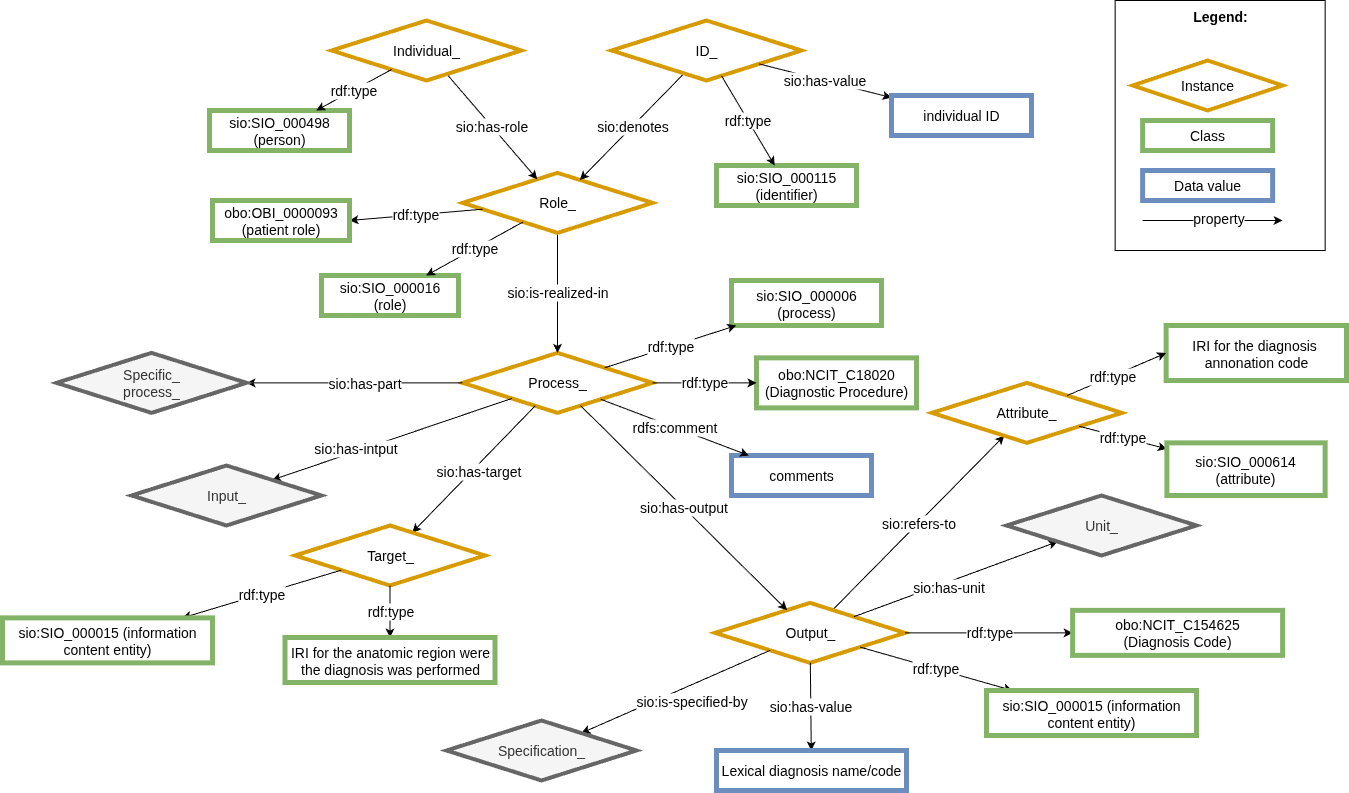
This is images/CARE-SM-Diagnosis.drawio.png from CARE-SM/CARE-Semantic-Model, a draw.io export, as it was before one commit. Source tidied: cells renumbered, new cells last; positions are measured from the earlier drawing's top-left corner, leaving out a move shared by most shapes.
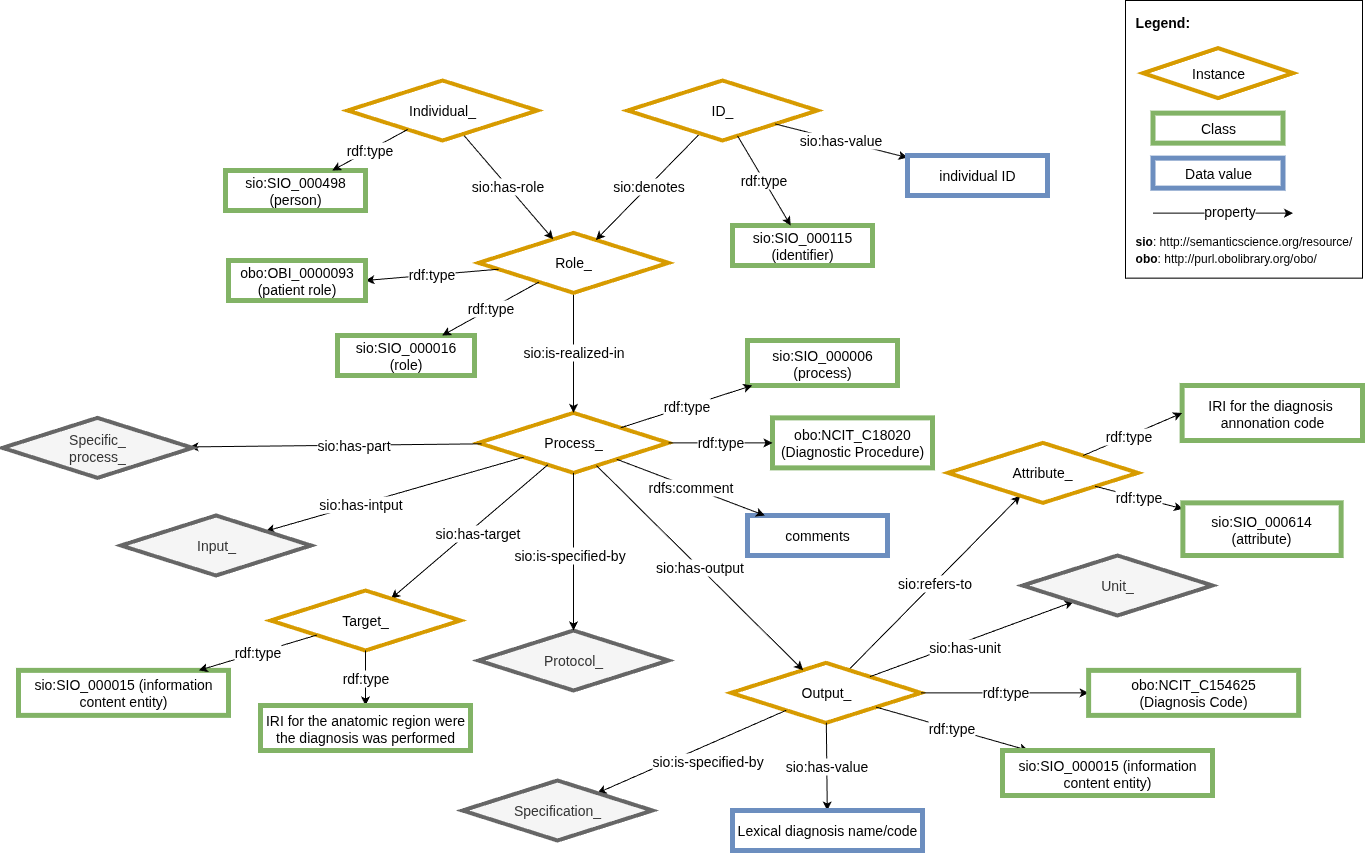
The same diagram one commit later.

Change to the diagram source:
```diff
@@ -76,7 +76,7 @@
       <mxGeometry x="444" y="720" width="190" height="60" as="geometry" />
     </mxCell>
     <mxCell id="25" value="Input_" style="rhombus;whiteSpace=wrap;html=1;fillColor=#f5f5f5;strokeColor=#666666;perimeter=rhombusPerimeter;arcSize=20;comic=0;enumerate=0;strokeWidth=4;rounded=0;fontSize=14;fontColor=#333333;" parent="1" vertex="1">
-      <mxGeometry x="129" y="465" width="190" height="60" as="geometry" />
+      <mxGeometry x="102.5" y="455" width="190" height="60" as="geometry" />
     </mxCell>
     <mxCell id="26" style="edgeStyle=none;rounded=0;jettySize=auto;html=1;fontSize=14;" parent="1" edge="1" source="3" target="28">
       <mxGeometry relative="1" as="geometry" />
@@ -89,24 +89,6 @@
     <mxCell id="28" value="Unit_" style="rhombus;whiteSpace=wrap;html=1;fillColor=#f5f5f5;strokeColor=#666666;perimeter=rhombusPerimeter;arcSize=20;comic=0;enumerate=0;strokeWidth=4;rounded=0;fontSize=14;fontColor=#333333;" parent="1" vertex="1">
       <mxGeometry x="1004" y="495" width="190" height="60" as="geometry" />
     </mxCell>
-    <mxCell id="29" value="&lt;div style=&quot;text-align: left; font-size: 14px;&quot;&gt;&lt;span style=&quot;background-color: initial; font-size: 14px;&quot;&gt;&lt;b style=&quot;font-size: 14px;&quot;&gt;&lt;font style=&quot;font-size: 14px;&quot;&gt;Legend:&lt;/font&gt;&lt;/b&gt;&lt;/span&gt;&lt;/div&gt;&lt;div style=&quot;text-align: left; font-size: 14px;&quot;&gt;&lt;span style=&quot;background-color: initial; font-size: 14px;&quot;&gt;&lt;br style=&quot;font-size: 14px;&quot;&gt;&lt;/span&gt;&lt;/div&gt;&lt;div style=&quot;text-align: left; font-size: 14px;&quot;&gt;&lt;span style=&quot;background-color: initial; font-size: 14px;&quot;&gt;&lt;br style=&quot;font-size: 14px;&quot;&gt;&lt;/span&gt;&lt;/div&gt;&lt;div style=&quot;text-align: left; font-size: 14px;&quot;&gt;&lt;span style=&quot;background-color: initial; font-size: 14px;&quot;&gt;&lt;br style=&quot;font-size: 14px;&quot;&gt;&lt;/span&gt;&lt;/div&gt;&lt;div style=&quot;text-align: left; font-size: 14px;&quot;&gt;&lt;br style=&quot;font-size: 14px;&quot;&gt;&lt;/div&gt;&lt;div style=&quot;text-align: left; font-size: 14px;&quot;&gt;&lt;br style=&quot;font-size: 14px;&quot;&gt;&lt;/div&gt;&lt;div style=&quot;text-align: left; font-size: 14px;&quot;&gt;&lt;br style=&quot;font-size: 14px;&quot;&gt;&lt;/div&gt;&lt;div style=&quot;text-align: left; font-size: 14px;&quot;&gt;&lt;br style=&quot;font-size: 14px;&quot;&gt;&lt;/div&gt;&lt;div style=&quot;text-align: left; font-size: 14px;&quot;&gt;&lt;br style=&quot;font-size: 14px;&quot;&gt;&lt;/div&gt;&lt;div style=&quot;text-align: left; font-size: 14px;&quot;&gt;&lt;span style=&quot;background-color: initial; font-size: 14px;&quot;&gt;&lt;br style=&quot;font-size: 14px;&quot;&gt;&lt;/span&gt;&lt;/div&gt;&lt;div style=&quot;text-align: left; font-size: 14px;&quot;&gt;&lt;span style=&quot;background-color: initial; font-size: 14px;&quot;&gt;&lt;br style=&quot;font-size: 14px;&quot;&gt;&lt;/span&gt;&lt;/div&gt;&lt;div style=&quot;text-align: left; font-size: 14px;&quot;&gt;&lt;span style=&quot;background-color: initial; font-size: 14px;&quot;&gt;&lt;br style=&quot;font-size: 14px;&quot;&gt;&lt;/span&gt;&lt;/div&gt;&lt;div style=&quot;text-align: left; font-size: 14px;&quot;&gt;&lt;span style=&quot;background-color: initial; font-size: 14px;&quot;&gt;&lt;br style=&quot;font-size: 14px;&quot;&gt;&lt;/span&gt;&lt;/div&gt;&lt;div style=&quot;text-align: left; font-size: 14px;&quot;&gt;&lt;span style=&quot;background-color: initial; font-size: 14px;&quot;&gt;&lt;br style=&quot;font-size: 14px;&quot;&gt;&lt;/span&gt;&lt;/div&gt;" style="rounded=0;whiteSpace=wrap;html=1;fontSize=14;" parent="1" vertex="1">
-      <mxGeometry x="1112.6" width="210" height="250" as="geometry" />
-    </mxCell>
-    <mxCell id="30" value="Class" style="whiteSpace=wrap;html=1;fillColor=#FFFFFF;strokeColor=#82b366;strokeWidth=5;fontSize=14;" parent="1" vertex="1">
-      <mxGeometry x="1140.1" y="120" width="130" height="30" as="geometry" />
-    </mxCell>
-    <mxCell id="31" value="Instance" style="rhombus;whiteSpace=wrap;html=1;fillColor=#FFFFFF;strokeColor=#D79B00;rotation=0;perimeter=rhombusPerimeter;arcSize=20;comic=0;enumerate=0;strokeWidth=4;rounded=0;fontSize=14;" parent="1" vertex="1">
-      <mxGeometry x="1130.1" y="60" width="150" height="50" as="geometry" />
-    </mxCell>
-    <mxCell id="32" value="Data value" style="whiteSpace=wrap;html=1;fillColor=#FFFFFF;strokeColor=#6c8ebf;strokeWidth=5;fontSize=14;" parent="1" vertex="1">
-      <mxGeometry x="1140.1" y="170" width="130" height="30" as="geometry" />
-    </mxCell>
-    <mxCell id="33" value="property" style="rounded=0;orthogonalLoop=1;jettySize=auto;html=1;exitX=1;exitY=1;exitDx=0;exitDy=0;fontSize=14;" parent="1" edge="1">
-      <mxGeometry x="0.09" y="2" relative="1" as="geometry">
-        <mxPoint x="1140.1" y="220" as="sourcePoint" />
-        <mxPoint x="1280.1" y="220" as="targetPoint" />
-      </mxGeometry>
-    </mxCell>
     <mxCell id="34" value="rdf:type" style="edgeStyle=none;rounded=0;jettySize=auto;html=1;fontSize=14;" parent="1" edge="1" source="13" target="19">
       <mxGeometry relative="1" as="geometry" />
     </mxCell>
@@ -130,7 +112,7 @@
       </mxGeometry>
     </mxCell>
     <mxCell id="40" value="Specific_&lt;div&gt;process_&lt;/div&gt;" style="rhombus;whiteSpace=wrap;html=1;fillColor=#f5f5f5;strokeColor=#666666;perimeter=rhombusPerimeter;arcSize=20;comic=0;enumerate=0;strokeWidth=4;rounded=0;fontSize=14;fontColor=#333333;" parent="1" vertex="1">
-      <mxGeometry x="54" y="352.4" width="190" height="60" as="geometry" />
+      <mxGeometry x="-16" y="357.4" width="190" height="60" as="geometry" />
     </mxCell>
     <mxCell id="41" value="rdf:type" style="edgeStyle=none;rounded=0;jettySize=auto;html=1;fontSize=14;" parent="1" edge="1" source="9" target="17">
       <mxGeometry relative="1" as="geometry" />
@@ -184,19 +166,48 @@
       <mxGeometry relative="1" as="geometry" />
     </mxCell>
     <mxCell id="58" value="Target_" style="rhombus;whiteSpace=wrap;html=1;fillColor=#FFFFFF;strokeColor=#D79B00;perimeter=rhombusPerimeter;arcSize=20;comic=0;enumerate=0;strokeWidth=4;rounded=0;fontSize=14;" parent="1" vertex="1">
-      <mxGeometry x="292.5" y="525" width="190" height="60" as="geometry" />
+      <mxGeometry x="252" y="530" width="190" height="60" as="geometry" />
     </mxCell>
-    <mxCell id="59" value="rdf:type" style="edgeStyle=none;rounded=0;jettySize=auto;html=1;fontSize=14;" parent="1" edge="1" source="58" target="60">
-      <mxGeometry relative="1" as="geometry" />
-    </mxCell>
     <mxCell id="60" value="&lt;font style=&quot;font-size: 14px;&quot;&gt;sio:SIO_000015 (information content entity)&lt;/font&gt;" style="whiteSpace=wrap;html=1;fillColor=#FFFFFF;strokeColor=#82b366;strokeWidth=5;fontSize=14;" parent="1" vertex="1">
-      <mxGeometry y="617.4" width="210" height="45" as="geometry" />
+      <mxGeometry y="609.9" width="210" height="45" as="geometry" />
     </mxCell>
     <mxCell id="61" value="rdf:type" style="edgeStyle=none;rounded=0;jettySize=auto;html=1;fontSize=14;" parent="1" edge="1" source="58" target="62">
       <mxGeometry relative="1" as="geometry" />
     </mxCell>
     <mxCell id="62" value="IRI for the anatomic region were the diagnosis was performed" style="whiteSpace=wrap;html=1;fillColor=#FFFFFF;strokeColor=#82b366;strokeWidth=5;fontSize=14;" parent="1" vertex="1">
-      <mxGeometry x="282.5" y="637" width="210" height="45" as="geometry" />
+      <mxGeometry x="242" y="645" width="210" height="45" as="geometry" />
     </mxCell>
+    <mxCell id="63" value="Protocol_" style="rhombus;whiteSpace=wrap;html=1;fillColor=#f5f5f5;strokeColor=#666666;perimeter=rhombusPerimeter;arcSize=20;comic=0;enumerate=0;strokeWidth=4;rounded=0;fontSize=14;fontColor=#333333;" parent="1" vertex="1">
+      <mxGeometry x="460" y="570" width="190" height="60" as="geometry" />
+    </mxCell>
+    <mxCell id="64" style="edgeStyle=none;rounded=0;jettySize=auto;html=1;strokeWidth=1;fontSize=14;" parent="1" edge="1" source="4" target="63">
+      <mxGeometry relative="1" as="geometry" />
+    </mxCell>
+    <mxCell id="65" value="sio:is-specified-by" style="edgeLabel;html=1;align=center;verticalAlign=middle;fontSize=14;" parent="64" vertex="1">
+      <mxGeometry x="-0.21" y="-1" relative="1" as="geometry">
+        <mxPoint x="-4" y="19" as="offset" />
+      </mxGeometry>
+    </mxCell>
+    <mxCell id="59" value="rdf:type" style="edgeStyle=none;rounded=0;jettySize=auto;html=1;fontSize=14;" parent="1" edge="1" source="58" target="60">
+      <mxGeometry relative="1" as="geometry" />
+    </mxCell>
+    <mxCell id="66" value="&lt;div style=&quot;text-align: left; font-size: 14px;&quot;&gt;&lt;span style=&quot;background-color: initial; font-size: 14px;&quot;&gt;&lt;b style=&quot;font-size: 14px;&quot;&gt;&lt;font style=&quot;font-size: 14px;&quot;&gt;Legend:&lt;/font&gt;&lt;/b&gt;&lt;/span&gt;&lt;/div&gt;&lt;div style=&quot;text-align: left; font-size: 14px;&quot;&gt;&lt;span style=&quot;background-color: initial; font-size: 14px;&quot;&gt;&lt;br style=&quot;font-size: 14px;&quot;&gt;&lt;/span&gt;&lt;/div&gt;&lt;div style=&quot;text-align: left; font-size: 14px;&quot;&gt;&lt;span style=&quot;background-color: initial; font-size: 14px;&quot;&gt;&lt;br style=&quot;font-size: 14px;&quot;&gt;&lt;/span&gt;&lt;/div&gt;&lt;div style=&quot;text-align: left; font-size: 14px;&quot;&gt;&lt;span style=&quot;background-color: initial; font-size: 14px;&quot;&gt;&lt;br style=&quot;font-size: 14px;&quot;&gt;&lt;/span&gt;&lt;/div&gt;&lt;div style=&quot;text-align: left; font-size: 14px;&quot;&gt;&lt;br style=&quot;font-size: 14px;&quot;&gt;&lt;/div&gt;&lt;div style=&quot;text-align: left; font-size: 14px;&quot;&gt;&lt;br style=&quot;font-size: 14px;&quot;&gt;&lt;/div&gt;&lt;div style=&quot;text-align: left; font-size: 14px;&quot;&gt;&lt;br style=&quot;font-size: 14px;&quot;&gt;&lt;/div&gt;&lt;div style=&quot;text-align: left; font-size: 14px;&quot;&gt;&lt;br style=&quot;font-size: 14px;&quot;&gt;&lt;/div&gt;&lt;div style=&quot;text-align: left; font-size: 14px;&quot;&gt;&lt;br style=&quot;font-size: 14px;&quot;&gt;&lt;/div&gt;&lt;div style=&quot;text-align: left; font-size: 14px;&quot;&gt;&lt;span style=&quot;background-color: initial; font-size: 14px;&quot;&gt;&lt;br style=&quot;font-size: 14px;&quot;&gt;&lt;/span&gt;&lt;/div&gt;&lt;div style=&quot;text-align: left; font-size: 14px;&quot;&gt;&lt;span style=&quot;background-color: initial; font-size: 14px;&quot;&gt;&lt;br style=&quot;font-size: 14px;&quot;&gt;&lt;/span&gt;&lt;/div&gt;&lt;div style=&quot;text-align: left; font-size: 14px;&quot;&gt;&lt;span style=&quot;background-color: initial; font-size: 14px;&quot;&gt;&lt;br style=&quot;font-size: 14px;&quot;&gt;&lt;/span&gt;&lt;/div&gt;&lt;div style=&quot;text-align: left; font-size: 14px;&quot;&gt;&lt;span style=&quot;background-color: initial; font-size: 14px;&quot;&gt;&lt;br style=&quot;font-size: 14px;&quot;&gt;&lt;/span&gt;&lt;/div&gt;&lt;div style=&quot;text-align: left; font-size: 14px;&quot;&gt;&lt;b style=&quot;background-color: transparent; color: light-dark(rgb(0, 0, 0), rgb(255, 255, 255)); font-size: 12px; text-align: center;&quot;&gt;sio&lt;/b&gt;&lt;span style=&quot;background-color: transparent; color: light-dark(rgb(0, 0, 0), rgb(255, 255, 255)); font-size: 12px; text-align: center;&quot;&gt;: http://semanticscience.org/resource/&lt;/span&gt;&lt;/div&gt;&lt;div style=&quot;text-align: left;&quot;&gt;&lt;span style=&quot;font-size: 12px; background-color: transparent; color: light-dark(rgb(0, 0, 0), rgb(255, 255, 255)); text-align: center;&quot;&gt;&lt;b&gt;obo&lt;/b&gt;:&amp;nbsp;&lt;/span&gt;&lt;span style=&quot;background-color: transparent; text-align: center; font-size: 12px;&quot;&gt;http://purl.obolibrary.org/obo/&lt;/span&gt;&lt;/div&gt;" style="rounded=0;whiteSpace=wrap;html=1;fontSize=14;" parent="1" vertex="1">
+      <mxGeometry x="1107" y="-60" width="237" height="277.6" as="geometry" />
+    </mxCell>
+    <mxCell id="30" value="Class" style="whiteSpace=wrap;html=1;fillColor=#FFFFFF;strokeColor=#82b366;strokeWidth=5;fontSize=14;" parent="1" vertex="1">
+      <mxGeometry x="1134.5" y="52.6" width="130" height="30" as="geometry" />
+    </mxCell>
+    <mxCell id="31" value="Instance" style="rhombus;whiteSpace=wrap;html=1;fillColor=#FFFFFF;strokeColor=#D79B00;rotation=0;perimeter=rhombusPerimeter;arcSize=20;comic=0;enumerate=0;strokeWidth=4;rounded=0;fontSize=14;" parent="1" vertex="1">
+      <mxGeometry x="1124.5" y="-12.4" width="150" height="50" as="geometry" />
+    </mxCell>
+    <mxCell id="32" value="Data value" style="whiteSpace=wrap;html=1;fillColor=#FFFFFF;strokeColor=#6c8ebf;strokeWidth=5;fontSize=14;" parent="1" vertex="1">
+      <mxGeometry x="1134.5" y="97.6" width="130" height="30" as="geometry" />
+    </mxCell>
+    <mxCell id="33" value="property" style="rounded=0;orthogonalLoop=1;jettySize=auto;html=1;exitX=1;exitY=1;exitDx=0;exitDy=0;fontSize=14;" parent="1" edge="1">
+      <mxGeometry x="0.09" y="2" relative="1" as="geometry">
+        <mxPoint x="1134.5" y="152.6" as="sourcePoint" />
+        <mxPoint x="1274.5" y="152.6" as="targetPoint" />
+      </mxGeometry>
+    </mxCell>
   </root>
 </mxGraphModel>
```
